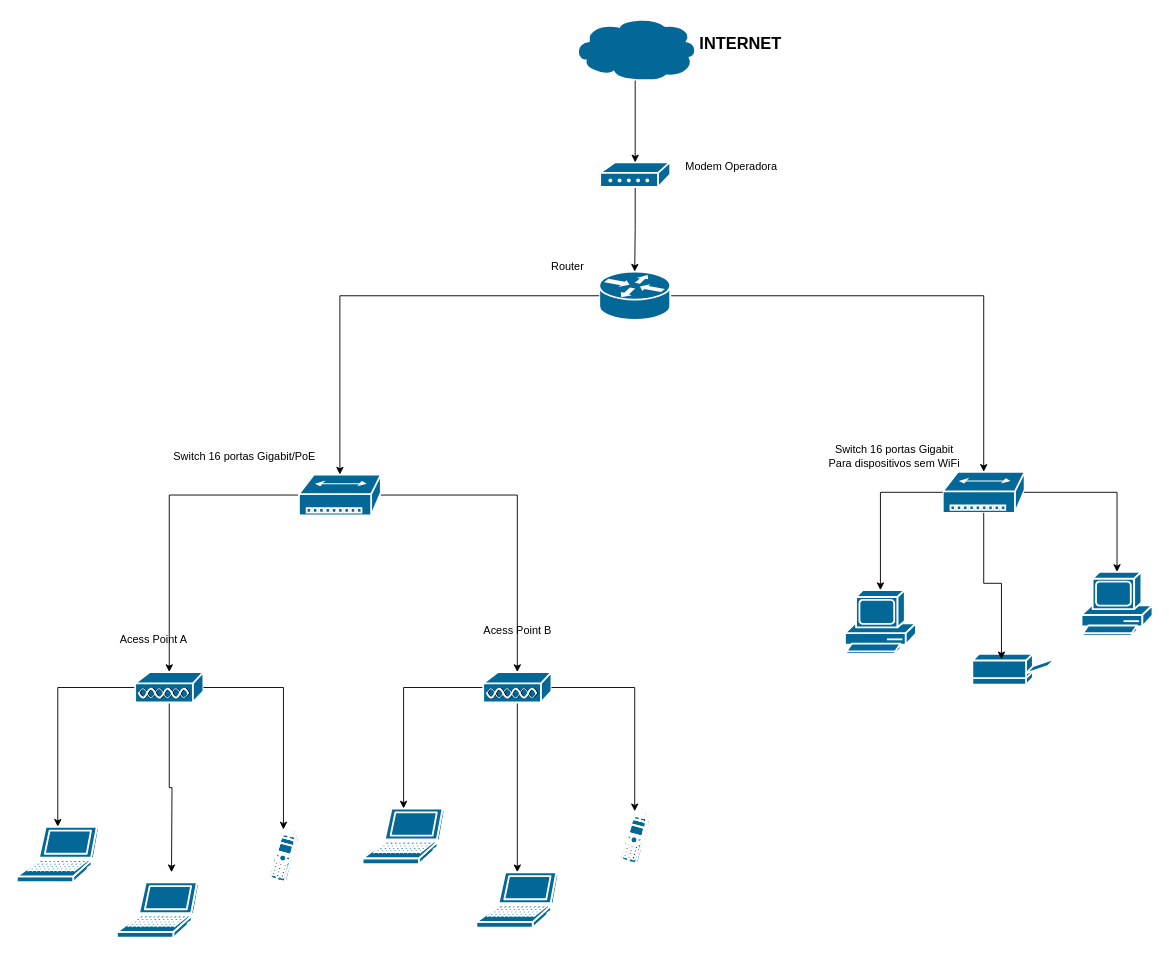
This is CRC.drawio from ffranchini/uml, a draw.io file, before an edit. Source tidied: cells renumbered, new cells numbered last; positions are measured from the earlier drawing's top-left corner, leaving out a move shared by most shapes. Both pictures are drawn from the tidied source at 91%, with x=0, y=0 at pixel (16, 16).
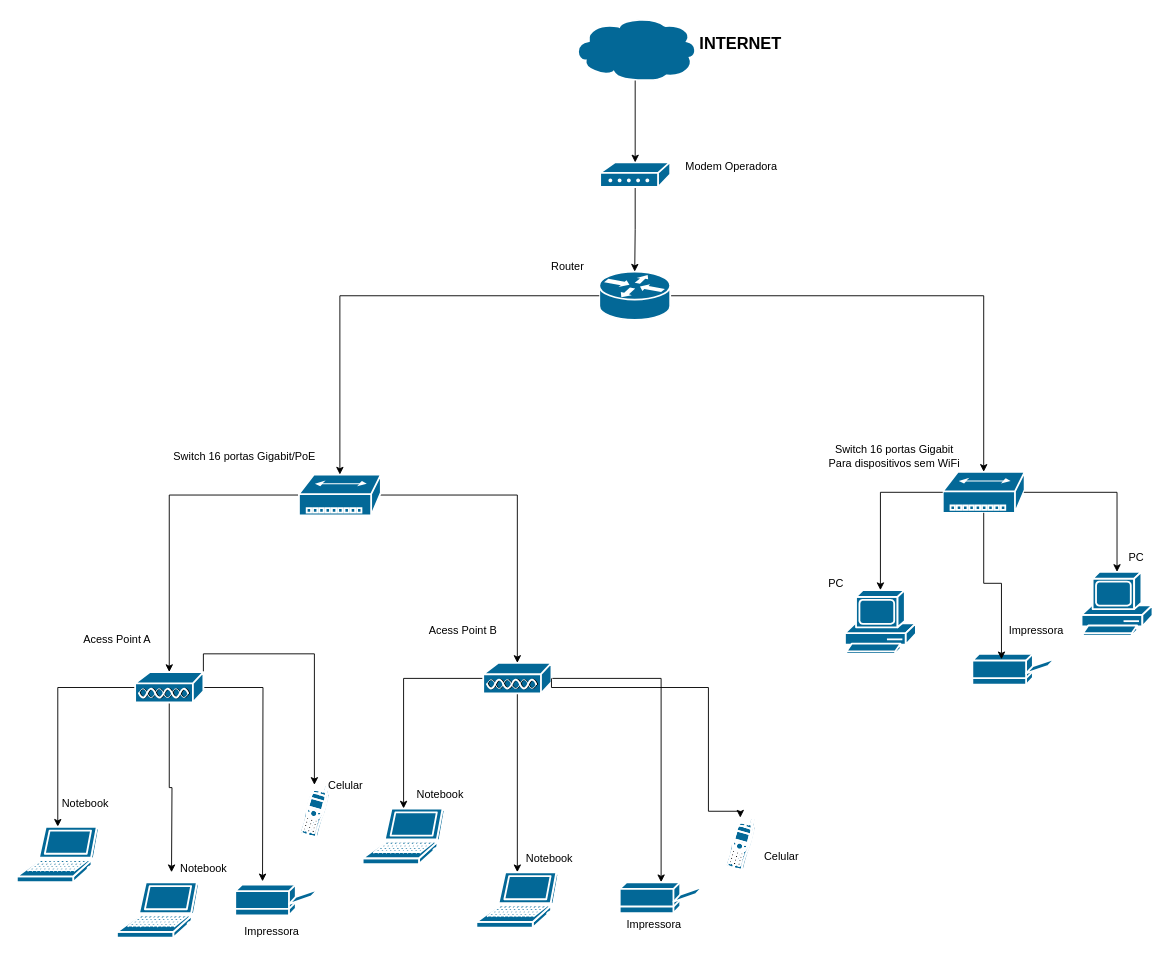
After the change.

Unchanged cells that the change refers to:
```xml
<mxCell id="4" style="shape=mxgraph.cisco.misc.access_point;sketch=0;html=1;dashed=0;fillColor=#036897;strokeColor=#ffffff;strokeWidth=2;verticalLabelPosition=bottom;verticalAlign=top;align=center;outlineConnect=0;" parent="1" vertex="1">
  <mxGeometry x="130" y="720" width="75" height="34" as="geometry" />
</mxCell>
```

Change to the diagram source:
```diff
@@
+    <mxCell id="40" style="edgeStyle=orthogonalEdgeStyle;rounded=0;jettySize=auto;html=1;exitX=1;exitY=0.5;exitDx=0;exitDy=0;exitPerimeter=0;" parent="1" edge="1" source="4">
+      <mxGeometry relative="1" as="geometry">
+        <mxPoint x="270" y="950" as="targetPoint" />
+      </mxGeometry>
+    </mxCell>
+    <mxCell id="27" style="edgeStyle=orthogonalEdgeStyle;rounded=0;jettySize=auto;html=1;exitX=1;exitY=0;exitDx=0;exitDy=0;exitPerimeter=0;" parent="1" edge="1" source="4" target="26">
+      <mxGeometry relative="1" as="geometry" />
+    </mxCell>
@@
+    <mxCell id="41" style="edgeStyle=orthogonalEdgeStyle;rounded=0;jettySize=auto;html=1;" parent="1" edge="1" source="7" target="51">
+      <mxGeometry relative="1" as="geometry" />
+    </mxCell>
     <mxCell id="7" style="shape=mxgraph.cisco.misc.access_point;sketch=0;html=1;dashed=0;fillColor=#036897;strokeColor=#ffffff;strokeWidth=2;verticalLabelPosition=bottom;verticalAlign=top;align=center;outlineConnect=0;" parent="1" vertex="1">
-      <mxGeometry x="512.5" y="720" width="75" height="34" as="geometry" />
+      <mxGeometry x="512.5" y="710" width="75" height="34" as="geometry" />
     </mxCell>
@@
     <mxCell id="22" value="Acess Point A" style="text;html=1;align=center;verticalAlign=middle;strokeColor=none;fillColor=none;" parent="1" vertex="1">
-      <mxGeometry x="100" y="670" width="100" height="30" as="geometry" />
+      <mxGeometry x="60" y="670" width="100" height="30" as="geometry" />
     </mxCell>
     <mxCell id="23" value="Acess Point B" style="text;html=1;align=center;verticalAlign=middle;strokeColor=none;fillColor=none;" parent="1" vertex="1">
-      <mxGeometry x="500" y="660" width="100" height="30" as="geometry" />
+      <mxGeometry x="440" y="660" width="100" height="30" as="geometry" />
     </mxCell>
@@
     <mxCell id="26" style="shape=mxgraph.cisco.modems_and_phones.cell_phone;sketch=0;html=1;dashed=0;fillColor=#036897;strokeColor=#ffffff;strokeWidth=2;verticalLabelPosition=bottom;verticalAlign=top;align=center;outlineConnect=0;" parent="1" vertex="1">
-      <mxGeometry x="276" y="893" width="34" height="58" as="geometry" />
+      <mxGeometry x="310" y="844" width="34" height="58" as="geometry" />
     </mxCell>
-    <mxCell id="27" style="edgeStyle=orthogonalEdgeStyle;rounded=0;jettySize=auto;html=1;exitX=1;exitY=0.5;exitDx=0;exitDy=0;exitPerimeter=0;entryX=0.5;entryY=0;entryDx=0;entryDy=0;entryPerimeter=0;" parent="1" edge="1" source="4" target="26">
-      <mxGeometry relative="1" as="geometry" />
-    </mxCell>
     <mxCell id="28" style="shape=mxgraph.cisco.modems_and_phones.cell_phone;sketch=0;html=1;dashed=0;fillColor=#036897;strokeColor=#ffffff;strokeWidth=2;verticalLabelPosition=bottom;verticalAlign=top;align=center;outlineConnect=0;" parent="1" vertex="1">
-      <mxGeometry x="662" y="873" width="34" height="58" as="geometry" />
+      <mxGeometry x="778" y="880" width="34" height="58" as="geometry" />
     </mxCell>
@@
     <mxCell id="31" style="edgeStyle=orthogonalEdgeStyle;rounded=0;jettySize=auto;html=1;exitX=1;exitY=0.5;exitDx=0;exitDy=0;exitPerimeter=0;entryX=0.5;entryY=0;entryDx=0;entryDy=0;entryPerimeter=0;" parent="1" edge="1" source="7" target="28">
-      <mxGeometry relative="1" as="geometry" />
+      <mxGeometry relative="1" as="geometry">
+        <Array as="points">
+          <mxPoint x="760" y="737" />
+          <mxPoint x="760" y="873" />
+        </Array>
+      </mxGeometry>
     </mxCell>
@@
+    <mxCell id="42" value="Notebook" style="text;html=1;align=center;verticalAlign=middle;strokeColor=none;fillColor=none;" parent="1" vertex="1">
+      <mxGeometry x="40" y="850" width="70" height="30" as="geometry" />
+    </mxCell>
+    <mxCell id="43" value="Notebook" style="text;html=1;align=center;verticalAlign=middle;strokeColor=none;fillColor=none;" parent="1" vertex="1">
+      <mxGeometry x="170" y="921" width="70" height="30" as="geometry" />
+    </mxCell>
+    <mxCell id="44" value="Notebook" style="text;html=1;align=center;verticalAlign=middle;strokeColor=none;fillColor=none;" parent="1" vertex="1">
+      <mxGeometry x="550" y="910" width="70" height="30" as="geometry" />
+    </mxCell>
+    <mxCell id="45" value="Notebook" style="text;html=1;align=center;verticalAlign=middle;strokeColor=none;fillColor=none;" parent="1" vertex="1">
+      <mxGeometry x="430" y="840" width="70" height="30" as="geometry" />
+    </mxCell>
+    <mxCell id="46" value="Celular" style="text;html=1;align=center;verticalAlign=middle;strokeColor=none;fillColor=none;" parent="1" vertex="1">
+      <mxGeometry x="331" y="830" width="60" height="30" as="geometry" />
+    </mxCell>
+    <mxCell id="47" value="Celular" style="text;html=1;align=center;verticalAlign=middle;strokeColor=none;fillColor=none;" parent="1" vertex="1">
+      <mxGeometry x="810" y="908" width="60" height="30" as="geometry" />
+    </mxCell>
+    <mxCell id="48" value="PC" style="text;html=1;align=center;verticalAlign=middle;strokeColor=none;fillColor=none;" parent="1" vertex="1">
+      <mxGeometry x="880" y="608" width="40" height="30" as="geometry" />
+    </mxCell>
+    <mxCell id="49" value="PC" style="text;html=1;align=center;verticalAlign=middle;strokeColor=none;fillColor=none;" parent="1" vertex="1">
+      <mxGeometry x="1210" y="580" width="40" height="30" as="geometry" />
+    </mxCell>
+    <mxCell id="50" value="Impressora" style="text;html=1;align=center;verticalAlign=middle;strokeColor=none;fillColor=none;" parent="1" vertex="1">
+      <mxGeometry x="1080" y="660" width="80" height="30" as="geometry" />
+    </mxCell>
+    <mxCell id="51" style="shape=mxgraph.cisco.computers_and_peripherals.printer;sketch=0;html=1;dashed=0;fillColor=#036897;strokeColor=#ffffff;strokeWidth=2;verticalLabelPosition=bottom;verticalAlign=top;align=center;outlineConnect=0;" parent="1" vertex="1">
+      <mxGeometry x="662.5" y="951" width="91" height="34" as="geometry" />
+    </mxCell>
+    <mxCell id="52" value="Impressora&lt;div&gt;&lt;br&gt;&lt;/div&gt;" style="text;html=1;align=center;verticalAlign=middle;strokeColor=none;fillColor=none;" parent="1" vertex="1">
+      <mxGeometry x="660" y="985" width="80" height="40" as="geometry" />
+    </mxCell>
+    <mxCell id="53" style="shape=mxgraph.cisco.computers_and_peripherals.printer;sketch=0;html=1;dashed=0;fillColor=#036897;strokeColor=#ffffff;strokeWidth=2;verticalLabelPosition=bottom;verticalAlign=top;align=center;" parent="1" vertex="1">
+      <mxGeometry x="240" y="953.5" width="91" height="34" as="geometry" />
+    </mxCell>
+    <mxCell id="54" value="Impressora" style="text;html=1;align=center;verticalAlign=middle;strokeColor=none;fillColor=none;" parent="1" vertex="1">
+      <mxGeometry x="240" y="990" width="80" height="30" as="geometry" />
+    </mxCell>
```
